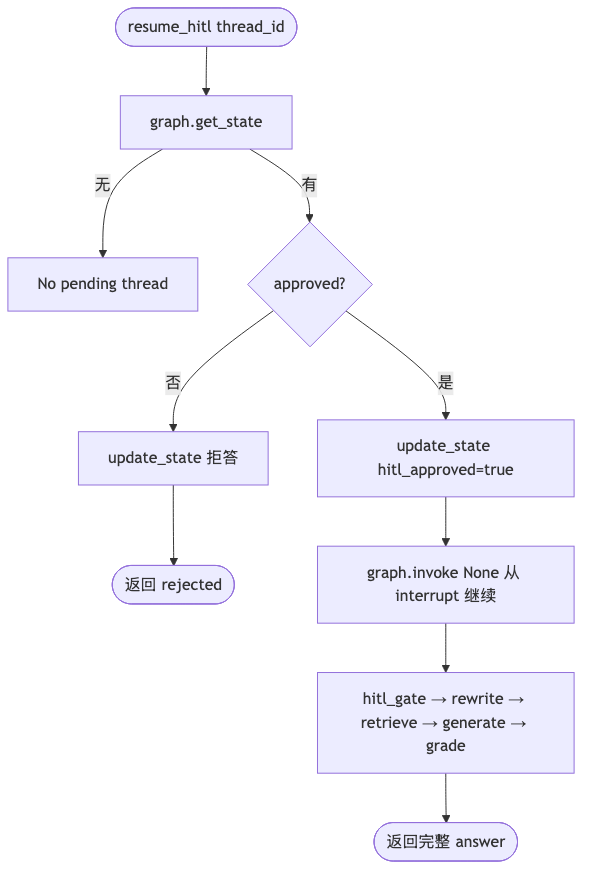
Above: project_00_rag_agent/docs/diagrams/09_hitl_resume.png in charlie-chann/ai-agent-langgraph-main (Mermaid), before the change. Its source is kept beside it as project_00_rag_agent/docs/diagrams/source/09_hitl_resume.mmd. Its diagram source:
```mermaid
flowchart TD
    START([resume_hitl thread_id]) --> SNAP[graph.get_state]
    SNAP -->|无| ERR[No pending thread]
    SNAP -->|有| APPROVE{approved?}

    APPROVE -->|否| REJECT[update_state 拒答]
    REJECT --> END1([返回 rejected])

    APPROVE -->|是| UPDATE[update_state hitl_approved=true]
    UPDATE --> RESUME[graph.invoke None 从 interrupt 继续]
    RESUME --> FLOW[hitl_gate → rewrite → retrieve → generate → grade]
    FLOW --> END2([返回完整 answer])
```
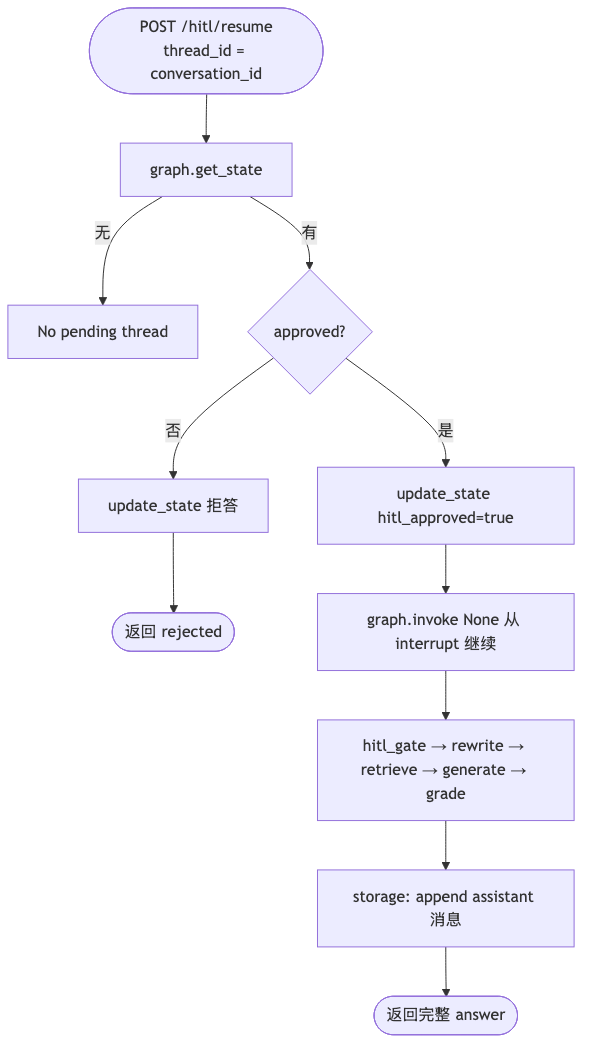
Above is the later version.

The edit, as a diff of the source:
```diff
@@ -1,5 +1,5 @@
 flowchart TD
-    START([resume_hitl thread_id]) --> SNAP[graph.get_state]
+    START([POST /hitl/resume<br/>thread_id = conversation_id]) --> SNAP[graph.get_state]
     SNAP -->|无| ERR[No pending thread]
     SNAP -->|有| APPROVE{approved?}
 
@@ -9,4 +9,5 @@
     APPROVE -->|是| UPDATE[update_state hitl_approved=true]
     UPDATE --> RESUME[graph.invoke None 从 interrupt 继续]
     RESUME --> FLOW[hitl_gate → rewrite → retrieve → generate → grade]
-    FLOW --> END2([返回完整 answer])
+    FLOW --> SAVE[storage: append assistant 消息]
+    SAVE --> END2([返回完整 answer])
```
